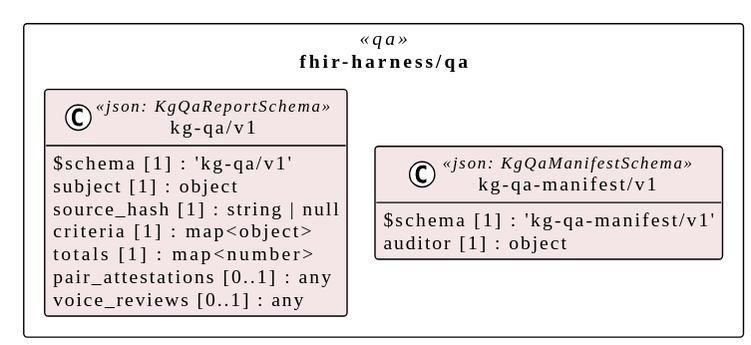
Above: assets/img/uml/overview/fhir-harness/qa.svg in litlfred/smart-trust (PlantUML), before the change. The source it was exported from:
```plantuml
@startuml
!pragma layout elk
!theme plain
skinparam classAttributeIconSize 0
skinparam shadowing false
skinparam packageStyle rectangle
hide empty methods

package "fhir-harness/qa" as pkg_fhir_harness_qa <<qa>> {
  class "kg-qa/v1" as fhir_harness_qa_kg_qa_v1_kg_qa_v1 <<json: KgQaReportSchema>> #f4e6e6 {
    $schema [1] : 'kg-qa/v1'
    subject [1] : object
    source_hash [1] : string | null
    criteria [1] : map<object>
    totals [1] : map<number>
    pair_attestations [0..1] : any
    voice_reviews [0..1] : any
  }
  class "kg-qa-manifest/v1" as fhir_harness_qa_kg_qa_manifest_v1_kg_qa_manifest_v1 <<json: KgQaManifestSchema>> #f4e6e6 {
    $schema [1] : 'kg-qa-manifest/v1'
    auditor [1] : object
  }
}
@enduml
```
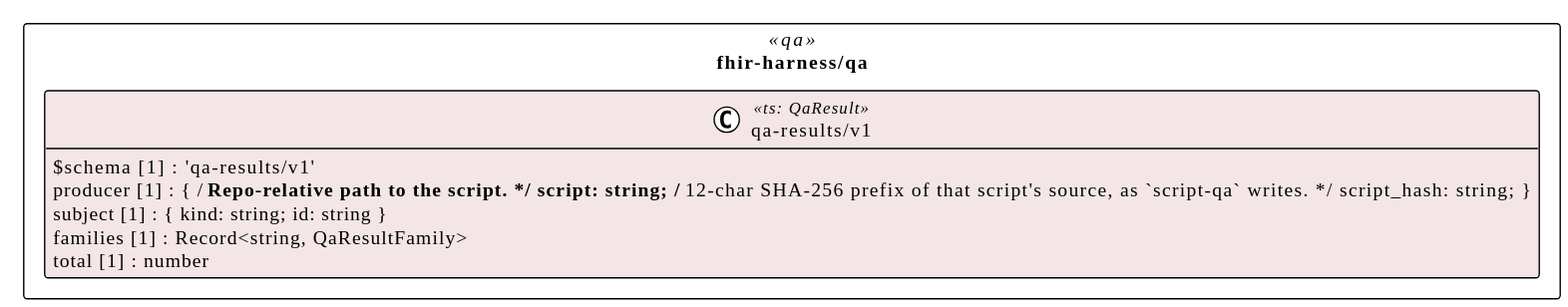
Later version of the same file.

Change to the diagram source:
```diff
@@ -7,18 +7,12 @@
 hide empty methods
 
 package "fhir-harness/qa" as pkg_fhir_harness_qa <<qa>> {
-  class "kg-qa/v1" as fhir_harness_qa_kg_qa_v1_kg_qa_v1 <<json: KgQaReportSchema>> #f4e6e6 {
-    $schema [1] : 'kg-qa/v1'
-    subject [1] : object
-    source_hash [1] : string | null
-    criteria [1] : map<object>
-    totals [1] : map<number>
-    pair_attestations [0..1] : any
-    voice_reviews [0..1] : any
-  }
-  class "kg-qa-manifest/v1" as fhir_harness_qa_kg_qa_manifest_v1_kg_qa_manifest_v1 <<json: KgQaManifestSchema>> #f4e6e6 {
-    $schema [1] : 'kg-qa-manifest/v1'
-    auditor [1] : object
+  class "qa-results/v1" as fhir_harness_qa_qa_results_v1 <<ts: QaResult>> #f4e6e6 {
+    $schema [1] : 'qa-results/v1'
+    producer [1] : { /** Repo-relative path to the script. */ script: string; /** 12-char SHA-256 prefix of that script's source, as `script-qa` writes. */ script_hash: string; }
+    subject [1] : { kind: string; id: string }
+    families [1] : Record<string, QaResultFamily>
+    total [1] : number
   }
 }
 @enduml
```
